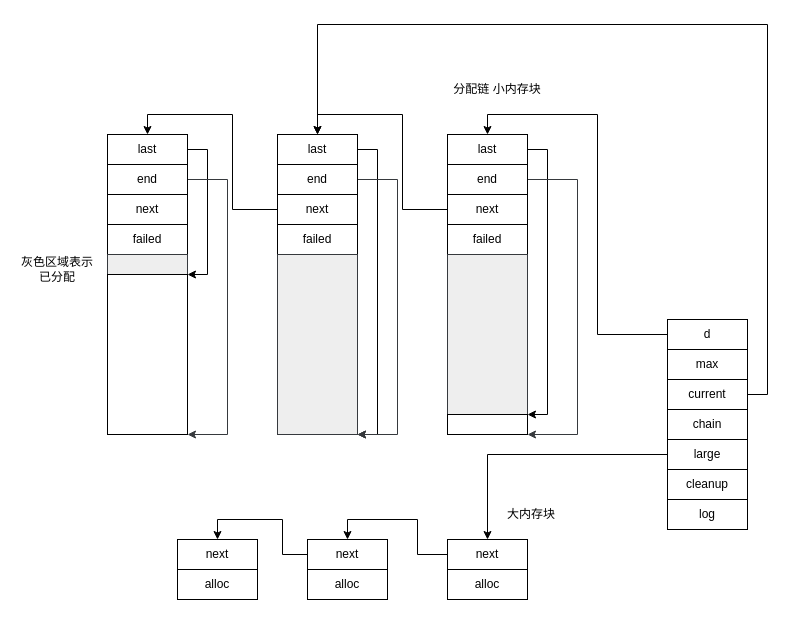
The draw.io diagram my_docs/nginx/memory_pool.drawio in Bannirui/Bannirui.github.io, before the edit. Source tidied: cells renumbered, new cells numbered last; positions are measured from the earlier drawing's top-left corner, leaving out a move shared by most shapes. Both pictures are drawn from the tidied source at 100%, with x=0, y=0 at pixel (17, 24).
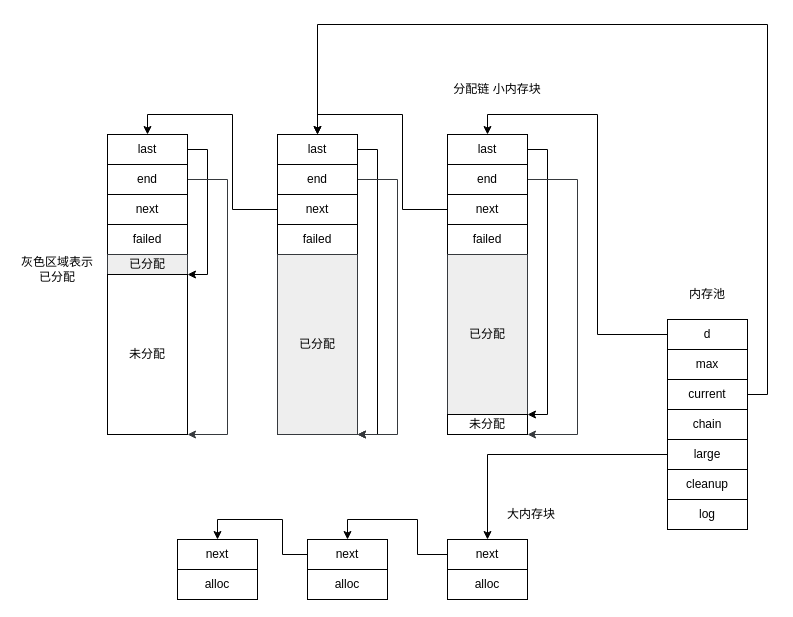
The same diagram, later.

The edit, as a diff of the source:
```diff
@@
-    <mxCell id="20" style="rounded=0;whiteSpace=wrap;html=1;fillColor=#eeeeee;strokeColor=#36393d;" parent="1" vertex="1">
+    <mxCell id="20" value="已分配" style="rounded=0;whiteSpace=wrap;html=1;fillColor=#eeeeee;strokeColor=#36393d;" parent="1" vertex="1">
       <mxGeometry x="430" y="230" width="80" height="160" as="geometry" />
     </mxCell>
-    <mxCell id="21" style="rounded=0;whiteSpace=wrap;html=1;" parent="1" vertex="1">
+    <mxCell id="21" value="未分配" style="rounded=0;whiteSpace=wrap;html=1;" parent="1" vertex="1">
       <mxGeometry x="430" y="390" width="80" height="20" as="geometry" />
     </mxCell>
@@
-    <mxCell id="29" style="rounded=0;whiteSpace=wrap;html=1;fillColor=#eeeeee;strokeColor=#36393d;" parent="1" vertex="1">
+    <mxCell id="29" value="已分配" style="rounded=0;whiteSpace=wrap;html=1;fillColor=#eeeeee;strokeColor=#36393d;" parent="1" vertex="1">
       <mxGeometry x="260" y="230" width="80" height="180" as="geometry" />
     </mxCell>
@@
-    <mxCell id="36" style="rounded=0;whiteSpace=wrap;html=1;fillColor=#eeeeee;strokeColor=#36393d;" parent="1" vertex="1">
+    <mxCell id="36" value="已分配" style="rounded=0;whiteSpace=wrap;html=1;fillColor=#eeeeee;strokeColor=#36393d;" parent="1" vertex="1">
       <mxGeometry x="90" y="230" width="80" height="20" as="geometry" />
     </mxCell>
-    <mxCell id="37" style="rounded=0;whiteSpace=wrap;html=1;" parent="1" vertex="1">
+    <mxCell id="37" value="未分配" style="rounded=0;whiteSpace=wrap;html=1;" parent="1" vertex="1">
       <mxGeometry x="90" y="250" width="80" height="160" as="geometry" />
     </mxCell>
@@
+    <mxCell id="49" value="内存池" style="text;html=1;strokeColor=none;fillColor=none;align=center;verticalAlign=middle;whiteSpace=wrap;rounded=0;" parent="1" vertex="1">
+      <mxGeometry x="670" y="260" width="40" height="20" as="geometry" />
+    </mxCell>
```
